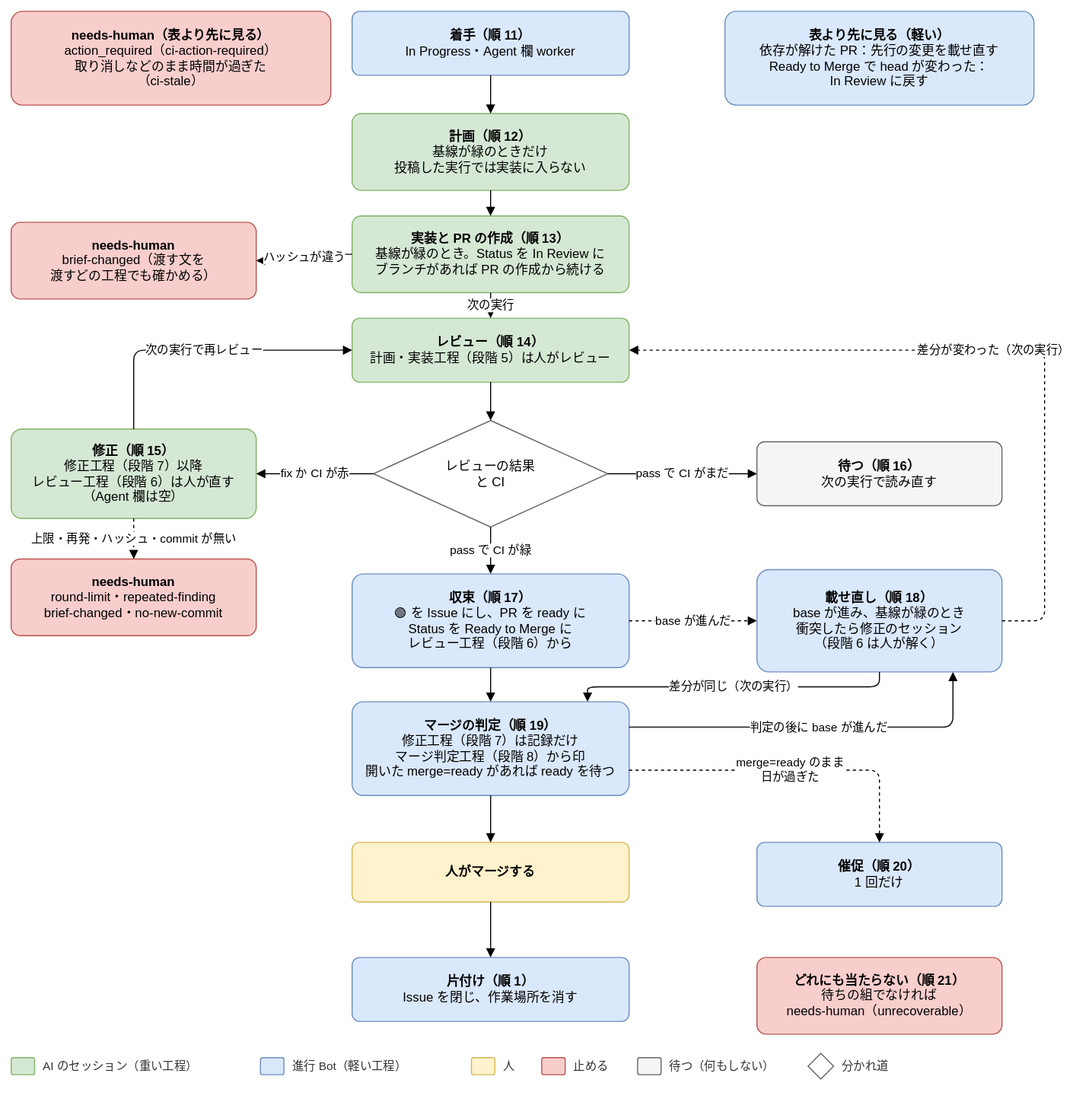
Before: docs/design/basic/diagrams/02-next-step-in-progress.drawio.svg, a diagram exported from draw.io (Joymerrevent/dev-autopilot). Source tidied: cells renumbered, new cells last; positions are measured from the earlier drawing's top-left corner, leaving out a move shared by most shapes.
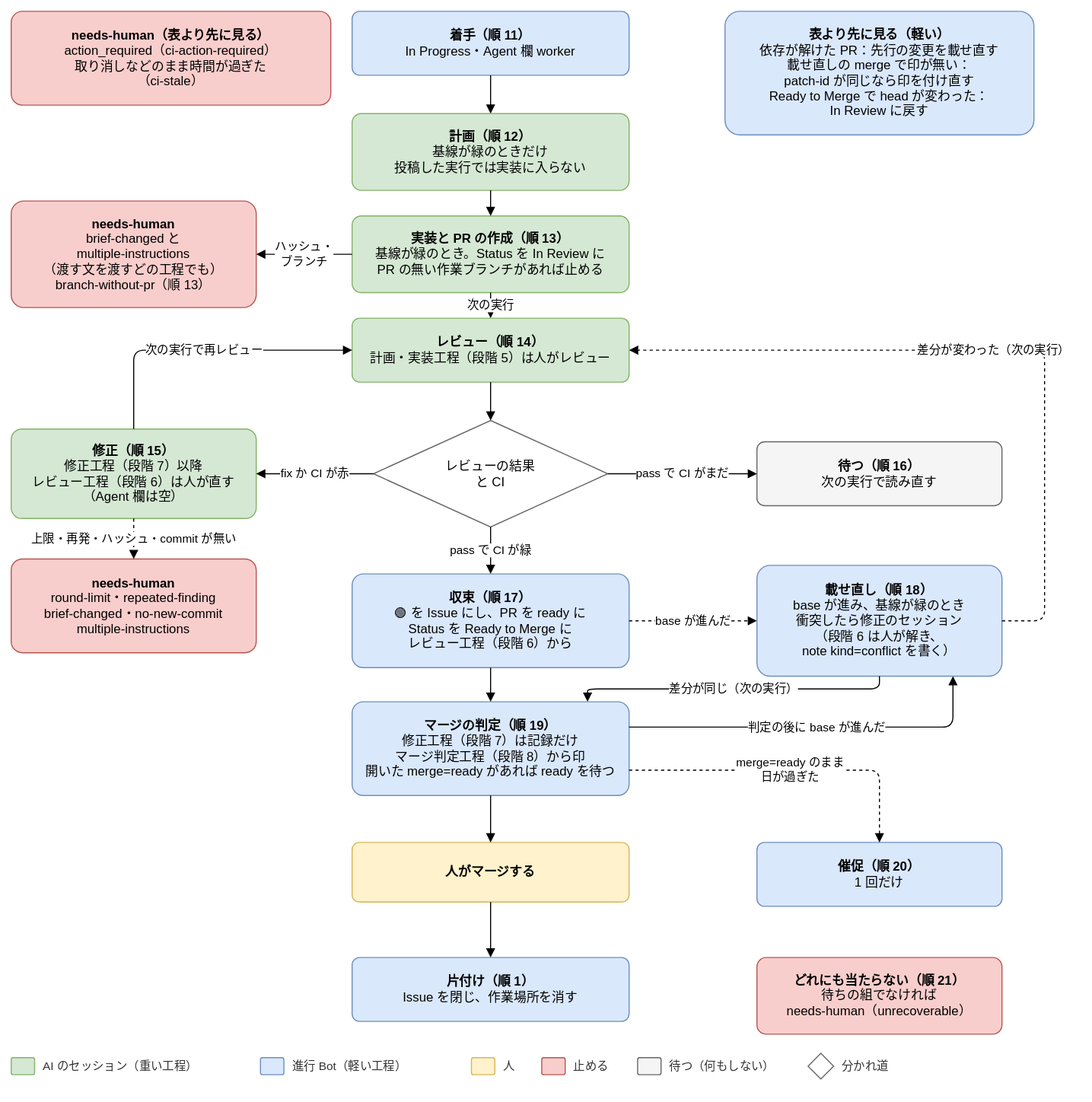
Later version of the same file.

What changed in the source:
```diff
@@ -8,7 +8,7 @@
     <mxCell id="3" value="&lt;b&gt;計画（順 12）&lt;/b&gt;&lt;br&gt;基線が緑のときだけ&lt;br&gt;投稿した実行では実装に入らない" style="rounded=1;whiteSpace=wrap;html=1;fontSize=12;arcSize=12;spacing=12;fillColor=#d5e8d4;strokeColor=#82b366;" parent="1" vertex="1">
       <mxGeometry x="320" y="96" width="260" height="72" as="geometry" />
     </mxCell>
-    <mxCell id="4" value="&lt;b&gt;実装と PR の作成（順 13）&lt;/b&gt;&lt;br&gt;基線が緑のとき。Status を In Review に&lt;br&gt;ブランチがあれば PR の作成から続ける" style="rounded=1;whiteSpace=wrap;html=1;fontSize=12;arcSize=12;spacing=12;fillColor=#d5e8d4;strokeColor=#82b366;" parent="1" vertex="1">
+    <mxCell id="4" value="&lt;b&gt;実装と PR の作成（順 13）&lt;/b&gt;&lt;br&gt;基線が緑のとき。Status を In Review に&lt;br&gt;PR の無い作業ブランチがあれば止める" style="rounded=1;whiteSpace=wrap;html=1;fontSize=12;arcSize=12;spacing=12;fillColor=#d5e8d4;strokeColor=#82b366;" parent="1" vertex="1">
       <mxGeometry x="320" y="192" width="260" height="72" as="geometry" />
     </mxCell>
     <mxCell id="5" value="&lt;b&gt;レビュー（順 14）&lt;/b&gt;&lt;br&gt;計画・実装工程（段階 5）は人がレビュー" style="rounded=1;whiteSpace=wrap;html=1;fontSize=12;arcSize=12;spacing=12;fillColor=#d5e8d4;strokeColor=#82b366;" parent="1" vertex="1">
@@ -20,8 +20,8 @@
     <mxCell id="7" value="&lt;b&gt;修正（順 15）&lt;/b&gt;&lt;br&gt;修正工程（段階 7）以降&lt;br&gt;レビュー工程（段階 6）は人が直す&lt;br&gt;（Agent 欄は空）" style="rounded=1;whiteSpace=wrap;html=1;fontSize=12;arcSize=12;spacing=12;fillColor=#d5e8d4;strokeColor=#82b366;" parent="1" vertex="1">
       <mxGeometry y="392" width="230" height="84" as="geometry" />
     </mxCell>
-    <mxCell id="8" value="&lt;b&gt;needs-human&lt;/b&gt;&lt;br&gt;round-limit・repeated-finding&lt;br&gt;brief-changed・no-new-commit" style="rounded=1;whiteSpace=wrap;html=1;fontSize=12;arcSize=12;spacing=12;fillColor=#f8cecc;strokeColor=#b85450;" parent="1" vertex="1">
-      <mxGeometry y="514" width="230" height="72" as="geometry" />
+    <mxCell id="8" value="&lt;b&gt;needs-human&lt;/b&gt;&lt;br&gt;round-limit・repeated-finding&lt;br&gt;brief-changed・no-new-commit&lt;br&gt;multiple-instructions" style="rounded=1;whiteSpace=wrap;html=1;fontSize=12;arcSize=12;spacing=12;fillColor=#f8cecc;strokeColor=#b85450;" parent="1" vertex="1">
+      <mxGeometry y="514" width="230" height="88" as="geometry" />
     </mxCell>
     <mxCell id="9" value="&lt;b&gt;待つ（順 16）&lt;/b&gt;&lt;br&gt;次の実行で読み直す" style="rounded=1;whiteSpace=wrap;html=1;fontSize=12;arcSize=12;spacing=12;fillColor=#f5f5f5;strokeColor=#666666;" parent="1" vertex="1">
       <mxGeometry x="700" y="404" width="230" height="60" as="geometry" />
@@ -29,8 +29,8 @@
     <mxCell id="10" value="&lt;b&gt;収束（順 17）&lt;/b&gt;&lt;br&gt;🟢 を Issue にし、PR を ready に&lt;br&gt;Status を Ready to Merge に&lt;br&gt;レビュー工程（段階 6）から" style="rounded=1;whiteSpace=wrap;html=1;fontSize=12;arcSize=12;spacing=12;fillColor=#dae8fc;strokeColor=#6c8ebf;" parent="1" vertex="1">
       <mxGeometry x="320" y="528" width="260" height="88" as="geometry" />
     </mxCell>
-    <mxCell id="11" value="&lt;b&gt;載せ直し（順 18）&lt;/b&gt;&lt;br&gt;base が進み、基線が緑のとき&lt;br&gt;衝突したら修正のセッション&lt;br&gt;（段階 6 は人が解く）" style="rounded=1;whiteSpace=wrap;html=1;fontSize=12;arcSize=12;spacing=12;fillColor=#dae8fc;strokeColor=#6c8ebf;" parent="1" vertex="1">
-      <mxGeometry x="700" y="524" width="230" height="96" as="geometry" />
+    <mxCell id="11" value="&lt;b&gt;載せ直し（順 18）&lt;/b&gt;&lt;br&gt;base が進み、基線が緑のとき&lt;br&gt;衝突したら修正のセッション&lt;br&gt;（段階 6 は人が解き、&lt;br&gt;note kind=conflict を書く）" style="rounded=1;whiteSpace=wrap;html=1;fontSize=12;arcSize=12;spacing=12;fillColor=#dae8fc;strokeColor=#6c8ebf;" parent="1" vertex="1">
+      <mxGeometry x="700" y="520" width="230" height="104" as="geometry" />
     </mxCell>
     <mxCell id="12" value="&lt;b&gt;マージの判定（順 19）&lt;/b&gt;&lt;br&gt;修正工程（段階 7）は記録だけ&lt;br&gt;マージ判定工程（段階 8）から印&lt;br&gt;開いた merge=ready があれば ready を待つ" style="rounded=1;whiteSpace=wrap;html=1;fontSize=12;arcSize=12;spacing=12;fillColor=#dae8fc;strokeColor=#6c8ebf;" parent="1" vertex="1">
       <mxGeometry x="320" y="648" width="260" height="88" as="geometry" />
@@ -124,10 +124,10 @@
     <mxCell id="40" value="&lt;b&gt;needs-human（表より先に見る）&lt;/b&gt;&lt;br&gt;action_required（ci-action-required）&lt;br&gt;取り消しなどのまま時間が過ぎた&lt;br&gt;（ci-stale）" style="rounded=1;whiteSpace=wrap;html=1;fontSize=12;arcSize=12;spacing=12;fillColor=#f8cecc;strokeColor=#b85450;" parent="1" vertex="1">
       <mxGeometry width="300" height="88" as="geometry" />
     </mxCell>
-    <mxCell id="41" value="&lt;b&gt;needs-human&lt;/b&gt;&lt;br&gt;brief-changed（渡す文を&lt;br&gt;渡すどの工程でも確かめる）" style="rounded=1;whiteSpace=wrap;html=1;fontSize=12;arcSize=12;spacing=12;fillColor=#f8cecc;strokeColor=#b85450;" parent="1" vertex="1">
-      <mxGeometry y="198" width="230" height="72" as="geometry" />
+    <mxCell id="41" value="&lt;b&gt;needs-human&lt;/b&gt;&lt;br&gt;brief-changed と&lt;br&gt;multiple-instructions&lt;br&gt;（渡す文を渡すどの工程でも）&lt;br&gt;branch-without-pr（順 13）" style="rounded=1;whiteSpace=wrap;html=1;fontSize=12;arcSize=12;spacing=12;fillColor=#f8cecc;strokeColor=#b85450;" parent="1" vertex="1">
+      <mxGeometry y="178" width="230" height="100" as="geometry" />
     </mxCell>
-    <mxCell id="42" value="ハッシュが違う" style="edgeStyle=orthogonalEdgeStyle;rounded=1;html=1;endArrow=block;endFill=1;fontSize=11;labelBackgroundColor=#ffffff;exitX=0;exitY=0.5;exitDx=0;exitDy=0;entryX=1;entryY=0.5;entryDx=0;entryDy=0;" parent="1" edge="1" source="4" target="41">
+    <mxCell id="42" value="ハッシュ・&lt;br&gt;ブランチ" style="edgeStyle=orthogonalEdgeStyle;rounded=1;html=1;endArrow=block;endFill=1;fontSize=11;labelBackgroundColor=#ffffff;exitX=0;exitY=0.5;exitDx=0;exitDy=0;entryX=1;entryY=0.5;entryDx=0;entryDy=0;" parent="1" edge="1" source="4" target="41">
       <mxGeometry relative="1" as="geometry" />
     </mxCell>
     <mxCell id="43" value="判定の後に base が進んだ" style="edgeStyle=orthogonalEdgeStyle;rounded=1;html=1;endArrow=block;endFill=1;fontSize=11;labelBackgroundColor=#ffffff;exitX=1;exitY=0.27;exitDx=0;exitDy=0;entryX=0.8;entryY=1;entryDx=0;entryDy=0;" parent="1" edge="1" source="12" target="11">
@@ -145,8 +145,8 @@
     <mxCell id="47" value="分かれ道" style="text;html=1;align=left;verticalAlign=middle;fontSize=11;fontColor=#333333;" parent="1" vertex="1">
       <mxGeometry x="778" y="980" width="60" height="20" as="geometry" />
     </mxCell>
-    <mxCell id="48" value="&lt;b&gt;表より先に見る（軽い）&lt;/b&gt;&lt;br&gt;依存が解けた PR：先行の変更を載せ直す&lt;br&gt;Ready to Merge で head が変わった：&lt;br&gt;In Review に戻す" style="rounded=1;whiteSpace=wrap;html=1;fontSize=12;arcSize=12;spacing=12;fillColor=#dae8fc;strokeColor=#6c8ebf;" parent="1" vertex="1">
-      <mxGeometry x="670" width="290" height="88" as="geometry" />
+    <mxCell id="48" value="&lt;b&gt;表より先に見る（軽い）&lt;/b&gt;&lt;br&gt;依存が解けた PR：先行の変更を載せ直す&lt;br&gt;載せ直しの merge で印が無い：&lt;br&gt;patch-id が同じなら印を付け直す&lt;br&gt;Ready to Merge で head が変わった：&lt;br&gt;In Review に戻す" style="rounded=1;whiteSpace=wrap;html=1;fontSize=12;arcSize=12;spacing=12;fillColor=#dae8fc;strokeColor=#6c8ebf;" parent="1" vertex="1">
+      <mxGeometry x="670" width="290" height="116" as="geometry" />
     </mxCell>
     <mxCell id="49" value="&lt;b&gt;どれにも当たらない（順 21）&lt;/b&gt;&lt;br&gt;待ちの組でなければ&lt;br&gt;needs-human（unrecoverable）" style="rounded=1;whiteSpace=wrap;html=1;fontSize=12;arcSize=12;spacing=12;fillColor=#f8cecc;strokeColor=#b85450;" parent="1" vertex="1">
       <mxGeometry x="700" y="888" width="230" height="72" as="geometry" />
```
